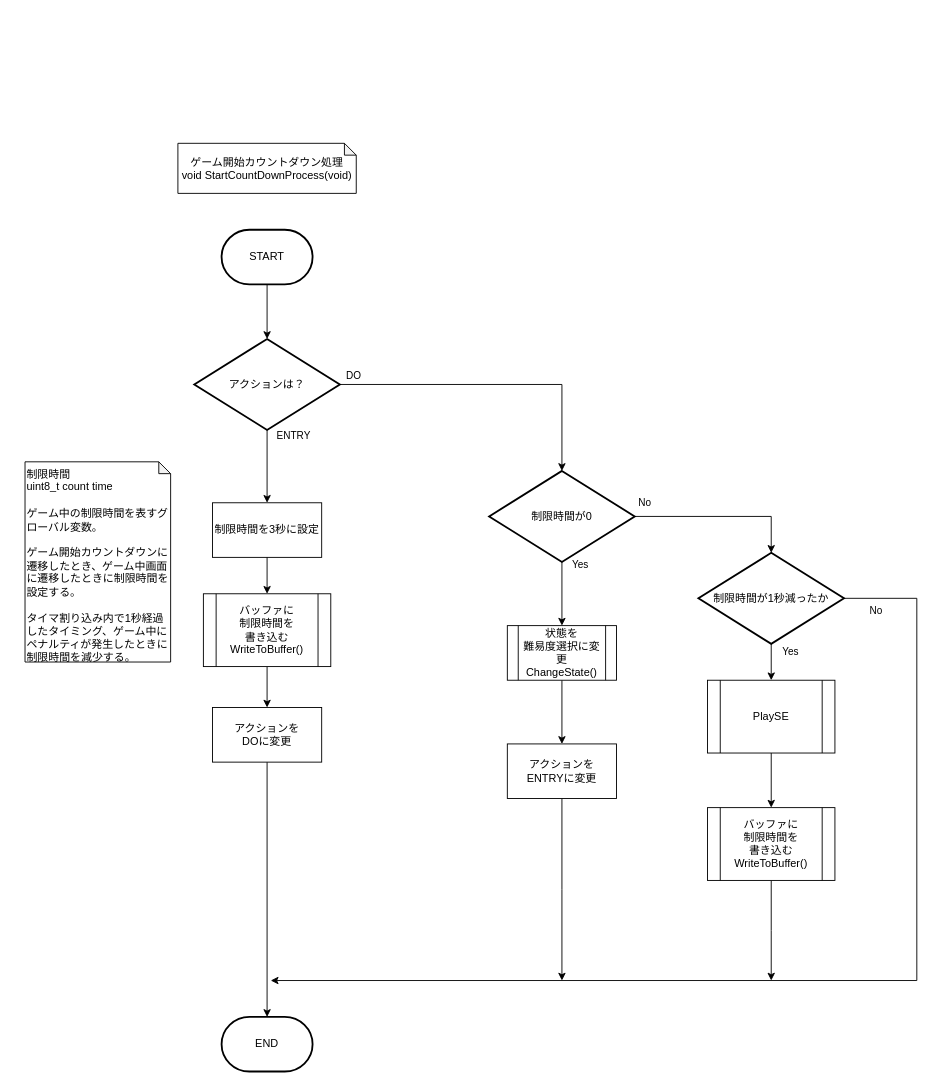
The draw.io diagram page "ゲーム開始カウントダウン" (5 of 9) of 資料/設計書/フローチャート/モグラ叩き_フローチャート_ゲーム前.drawio in hakohumi/comp.train.whack-a-mole, before the edit. Source tidied: cells renumbered, new cells numbered last; positions are measured from the earlier drawing's top-left corner, leaving out a move shared by most shapes. Both pictures are drawn from the tidied source at 91%, with x=0, y=0 at pixel (25, 143).
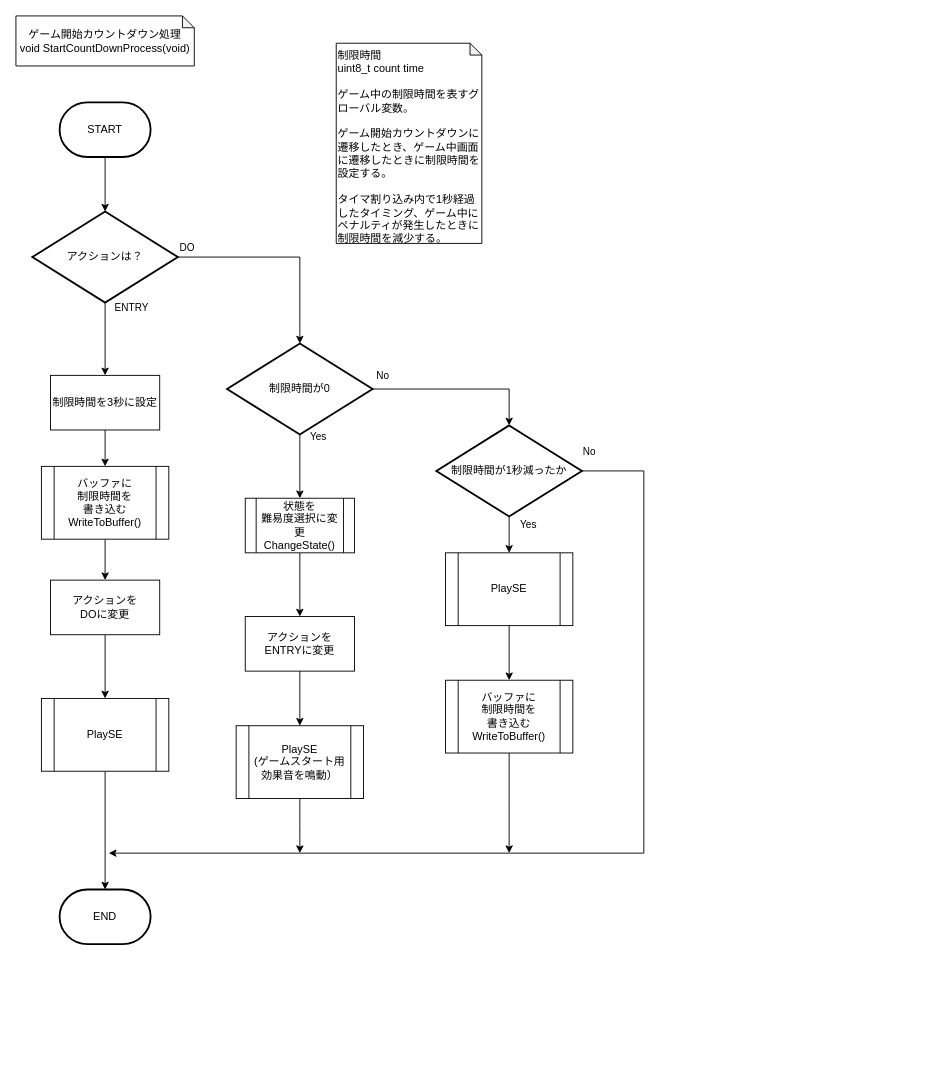
Above is the later version.

What changed in the source:
```diff
@@
     <mxCell id="2" value="ゲーム開始カウントダウン処理&lt;br&gt;void StartCountDownProcess(void)" style="shape=note;whiteSpace=wrap;html=1;backgroundOutline=1;darkOpacity=0.05;size=13;" parent="1" vertex="1">
-      <mxGeometry x="168" width="196" height="55" as="geometry" />
+      <mxGeometry x="-10" y="-140" width="196" height="55" as="geometry" />
     </mxCell>
@@
     <mxCell id="6" value="制限時間が0" style="strokeWidth=2;html=1;shape=mxgraph.flowchart.decision;whiteSpace=wrap;" parent="1" vertex="1">
-      <mxGeometry x="510" y="360" width="160" height="100" as="geometry" />
+      <mxGeometry x="222" y="220" width="160" height="100" as="geometry" />
     </mxCell>
@@
     <mxCell id="8" value="状態を&lt;br&gt;難易度選択に変更&lt;br&gt;ChangeState()" style="shape=process;whiteSpace=wrap;html=1;backgroundOutline=1;" parent="1" vertex="1">
-      <mxGeometry x="530" y="530" width="120" height="60" as="geometry" />
+      <mxGeometry x="242" y="390" width="120" height="60" as="geometry" />
     </mxCell>
@@
     <mxCell id="10" value="START" style="strokeWidth=2;html=1;shape=mxgraph.flowchart.terminator;whiteSpace=wrap;" parent="1" vertex="1">
-      <mxGeometry x="216" y="95" width="100" height="60" as="geometry" />
+      <mxGeometry x="38" y="-45" width="100" height="60" as="geometry" />
     </mxCell>
@@
     <mxCell id="12" value="アクションは？" style="strokeWidth=2;html=1;shape=mxgraph.flowchart.decision;whiteSpace=wrap;" parent="1" vertex="1">
-      <mxGeometry x="186" y="215" width="160" height="100" as="geometry" />
+      <mxGeometry x="8" y="75" width="160" height="100" as="geometry" />
     </mxCell>
     <mxCell id="13" value="END" style="strokeWidth=2;html=1;shape=mxgraph.flowchart.terminator;whiteSpace=wrap;" parent="1" vertex="1">
-      <mxGeometry x="216" y="960" width="100" height="60" as="geometry" />
+      <mxGeometry x="38" y="820" width="100" height="60" as="geometry" />
     </mxCell>
@@
-    <mxCell id="15" style="edgeStyle=orthogonalEdgeStyle;rounded=0;jettySize=auto;html=1;exitX=0.5;exitY=1;exitDx=0;exitDy=0;entryX=0.5;entryY=0;entryDx=0;entryDy=0;entryPerimeter=0;" parent="1" edge="1" source="16" target="13">
+    <mxCell id="15" style="edgeStyle=orthogonalEdgeStyle;rounded=0;jettySize=auto;html=1;exitX=0.5;exitY=1;exitDx=0;exitDy=0;entryX=0.5;entryY=0;entryDx=0;entryDy=0;entryPerimeter=0;" parent="1" edge="1" source="34" target="13">
       <mxGeometry relative="1" as="geometry" />
     </mxCell>
+    <mxCell id="33" style="edgeStyle=orthogonalEdgeStyle;rounded=0;jettySize=auto;html=1;" parent="1" edge="1" source="16" target="34">
+      <mxGeometry relative="1" as="geometry" />
+    </mxCell>
     <mxCell id="16" value="アクションを&lt;br&gt;DOに変更" style="whiteSpace=wrap;html=1;" parent="1" vertex="1">
-      <mxGeometry x="206" y="620" width="120" height="60" as="geometry" />
+      <mxGeometry x="28" y="480" width="120" height="60" as="geometry" />
     </mxCell>
-    <mxCell id="17" style="edgeStyle=orthogonalEdgeStyle;rounded=0;jettySize=auto;html=1;" parent="1" edge="1" source="18">
+    <mxCell id="17" style="edgeStyle=orthogonalEdgeStyle;rounded=0;jettySize=auto;html=1;" parent="1" edge="1" source="35">
       <mxGeometry relative="1" as="geometry">
-        <mxPoint x="590" y="920" as="targetPoint" />
+        <mxPoint x="302" y="780" as="targetPoint" />
       </mxGeometry>
     </mxCell>
     <mxCell id="18" value="アクションを&lt;br&gt;ENTRYに変更" style="whiteSpace=wrap;html=1;" parent="1" vertex="1">
-      <mxGeometry x="530" y="660" width="120" height="60" as="geometry" />
+      <mxGeometry x="242" y="520" width="120" height="60" as="geometry" />
     </mxCell>
@@
     <mxCell id="20" value="制限時間を3秒に設定" style="whiteSpace=wrap;html=1;" parent="1" vertex="1">
-      <mxGeometry x="206" y="395" width="120" height="60" as="geometry" />
+      <mxGeometry x="28" y="255" width="120" height="60" as="geometry" />
     </mxCell>
     <mxCell id="21" value="制限時間&lt;br&gt;uint8_t count time&lt;br&gt;&lt;br&gt;ゲーム中の制限時間を表すグローバル変数。&lt;br&gt;&lt;br&gt;ゲーム開始カウントダウンに遷移したとき、ゲーム中画面に遷移したときに制限時間を設定する。&lt;br&gt;&lt;br&gt;タイマ割り込み内で1秒経過したタイミング、ゲーム中にペナルティが発生したときに制限時間を減少する。" style="shape=note;whiteSpace=wrap;html=1;backgroundOutline=1;darkOpacity=0.05;size=13;align=left;verticalAlign=top;" parent="1" vertex="1">
-      <mxGeometry y="350" width="160" height="220" as="geometry" />
+      <mxGeometry x="342" y="-110" width="160" height="220" as="geometry" />
     </mxCell>
     <mxCell id="22" value="バッファに&lt;br&gt;制限時間を&lt;br&gt;書き込む&lt;br&gt;WriteToBuffer()" style="shape=process;whiteSpace=wrap;html=1;backgroundOutline=1;" parent="1" vertex="1">
-      <mxGeometry x="196" y="495" width="140" height="80" as="geometry" />
+      <mxGeometry x="18" y="355" width="140" height="80" as="geometry" />
     </mxCell>
@@
     <mxCell id="26" style="edgeStyle=orthogonalEdgeStyle;rounded=0;jettySize=auto;html=1;" parent="1" edge="1" source="28">
       <mxGeometry relative="1" as="geometry">
-        <mxPoint x="270" y="920" as="targetPoint" />
+        <mxPoint x="92" y="780" as="targetPoint" />
         <Array as="points">
-          <mxPoint x="980" y="500" />
-          <mxPoint x="980" y="920" />
+          <mxPoint x="680" y="360" />
+          <mxPoint x="680" y="780" />
         </Array>
       </mxGeometry>
     </mxCell>
     <mxCell id="27" value="No" style="edgeLabel;html=1;align=center;verticalAlign=middle;" parent="26" vertex="1">
       <mxGeometry x="-0.83" y="1" relative="1" as="geometry">
-        <mxPoint x="-46.5" y="-9.1" as="offset" />
+        <mxPoint x="-61.1" y="-44.9" as="offset" />
       </mxGeometry>
     </mxCell>
     <mxCell id="28" value="制限時間が1秒減ったか" style="strokeWidth=2;html=1;shape=mxgraph.flowchart.decision;whiteSpace=wrap;" parent="1" vertex="1">
-      <mxGeometry x="740" y="450" width="160" height="100" as="geometry" />
+      <mxGeometry x="452" y="310" width="160" height="100" as="geometry" />
     </mxCell>
@@
     <mxCell id="30" value="PlaySE" style="shape=process;whiteSpace=wrap;html=1;backgroundOutline=1;" parent="1" vertex="1">
-      <mxGeometry x="750" y="590" width="140" height="80" as="geometry" />
+      <mxGeometry x="462" y="450" width="140" height="80" as="geometry" />
     </mxCell>
     <mxCell id="31" style="edgeStyle=orthogonalEdgeStyle;rounded=0;jettySize=auto;html=1;" parent="1" edge="1" source="32">
       <mxGeometry relative="1" as="geometry">
-        <mxPoint x="820" y="920" as="targetPoint" />
+        <mxPoint x="532" y="780" as="targetPoint" />
       </mxGeometry>
     </mxCell>
     <mxCell id="32" value="バッファに&lt;br&gt;制限時間を&lt;br&gt;書き込む&lt;br&gt;WriteToBuffer()" style="shape=process;whiteSpace=wrap;html=1;backgroundOutline=1;" parent="1" vertex="1">
-      <mxGeometry x="750" y="730" width="140" height="80" as="geometry" />
+      <mxGeometry x="462" y="590" width="140" height="80" as="geometry" />
     </mxCell>
+    <mxCell id="34" value="PlaySE" style="shape=process;whiteSpace=wrap;html=1;backgroundOutline=1;" parent="1" vertex="1">
+      <mxGeometry x="18" y="610" width="140" height="80" as="geometry" />
+    </mxCell>
+    <mxCell id="35" value="PlaySE&lt;br&gt;(ゲームスタート用&lt;br&gt;効果音を鳴動）" style="shape=process;whiteSpace=wrap;html=1;backgroundOutline=1;" parent="1" vertex="1">
+      <mxGeometry x="232" y="640" width="140" height="80" as="geometry" />
+    </mxCell>
+    <mxCell id="36" style="edgeStyle=orthogonalEdgeStyle;rounded=0;jettySize=auto;html=1;" parent="1" edge="1" source="18" target="35">
+      <mxGeometry relative="1" as="geometry" />
+    </mxCell>
```
